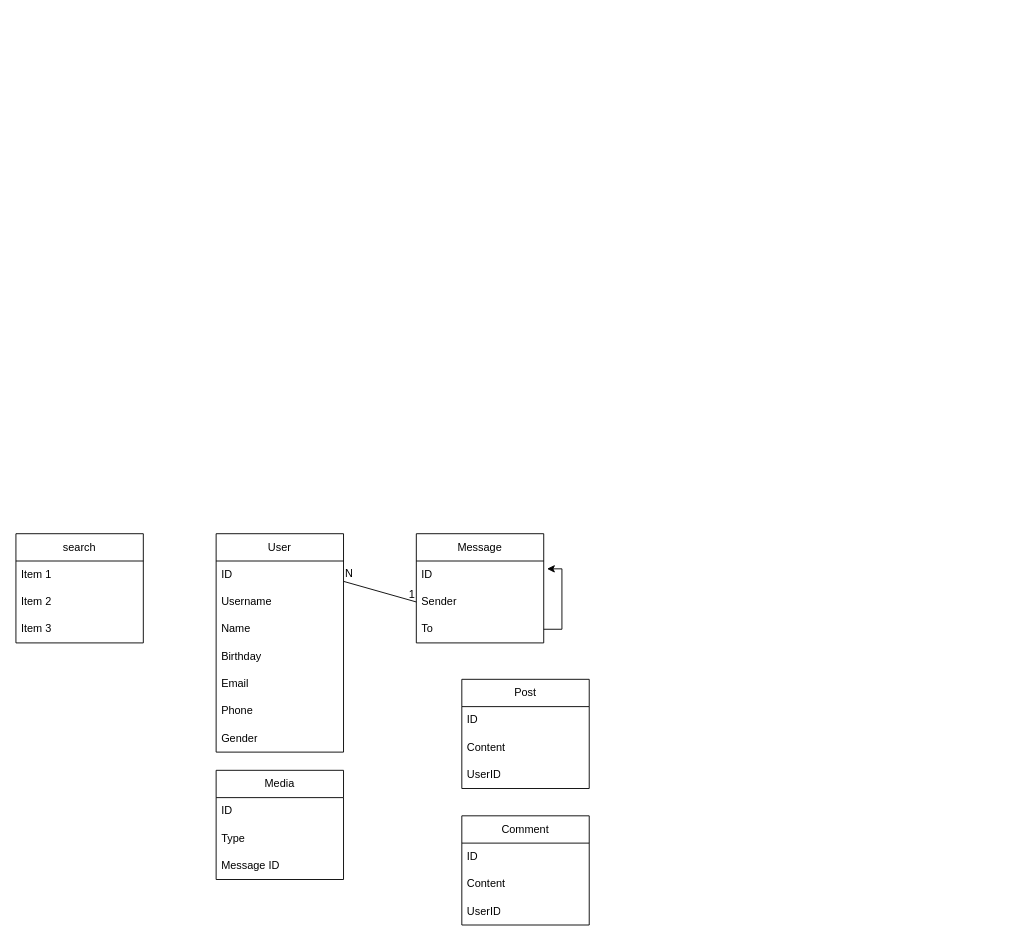
The draw.io diagram docs/diagram.drawio in anh0701/penguin, before the edit. Source tidied: cells renumbered, new cells numbered last; positions are measured from the earlier drawing's top-left corner, leaving out a move shared by most shapes. Both pictures are drawn from the tidied source at 91%, with x=0, y=0 at pixel (15, 533).
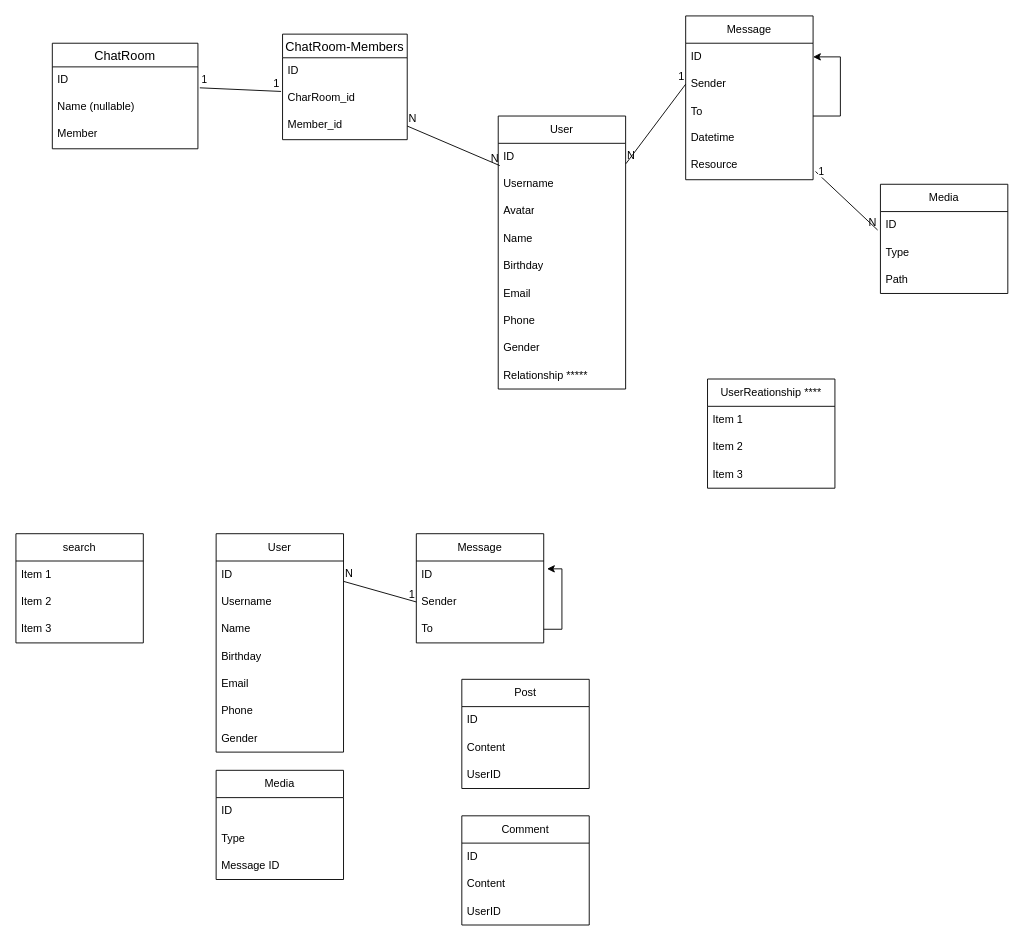
The same diagram, later.

Commit message (it also covers changes not shown here):
update docs: entity diagram

What changed in the source:
```diff
@@
+    <mxCell id="34" value="User" style="swimlane;fontStyle=0;horizontal=1;startSize=30;whiteSpace=wrap;html=1;" parent="1" vertex="1">
+      <mxGeometry x="530" y="-459" width="140" height="300" as="geometry" />
+    </mxCell>
+    <mxCell id="35" value="ID" style="text;strokeColor=none;fillColor=none;align=left;verticalAlign=middle;spacingLeft=4;spacingRight=4;overflow=hidden;points=[[0,0.5],[1,0.5]];portConstraint=eastwest;whiteSpace=wrap;html=1;" parent="34" vertex="1">
+      <mxGeometry y="30" width="140" height="30" as="geometry" />
+    </mxCell>
+    <mxCell id="36" value="Username" style="text;strokeColor=none;fillColor=none;align=left;verticalAlign=middle;spacingLeft=4;spacingRight=4;overflow=hidden;whiteSpace=wrap;html=1;" parent="34" vertex="1">
+      <mxGeometry y="60" width="140" height="30" as="geometry" />
+    </mxCell>
+    <mxCell id="37" value="Avatar" style="text;strokeColor=none;fillColor=none;spacingLeft=4;spacingRight=4;overflow=hidden;fontSize=12;whiteSpace=wrap;html=1;" parent="34" vertex="1">
+      <mxGeometry y="90" width="140" height="30" as="geometry" />
+    </mxCell>
+    <mxCell id="38" value="Name" style="text;strokeColor=none;fillColor=none;align=left;verticalAlign=middle;spacingLeft=4;spacingRight=4;overflow=hidden;whiteSpace=wrap;html=1;" parent="34" vertex="1">
+      <mxGeometry y="120" width="140" height="30" as="geometry" />
+    </mxCell>
+    <mxCell id="39" value="Birthday" style="text;strokeColor=none;fillColor=none;align=left;verticalAlign=middle;spacingLeft=4;spacingRight=4;overflow=hidden;whiteSpace=wrap;html=1;" parent="34" vertex="1">
+      <mxGeometry y="150" width="140" height="30" as="geometry" />
+    </mxCell>
+    <mxCell id="40" value="Email" style="text;strokeColor=none;fillColor=none;align=left;verticalAlign=middle;spacingLeft=4;spacingRight=4;overflow=hidden;whiteSpace=wrap;html=1;" parent="34" vertex="1">
+      <mxGeometry y="180" width="140" height="30" as="geometry" />
+    </mxCell>
+    <mxCell id="41" value="Phone" style="text;strokeColor=none;fillColor=none;align=left;verticalAlign=middle;spacingLeft=4;spacingRight=4;overflow=hidden;whiteSpace=wrap;html=1;" parent="34" vertex="1">
+      <mxGeometry y="210" width="140" height="30" as="geometry" />
+    </mxCell>
+    <mxCell id="42" value="Gender" style="text;strokeColor=none;fillColor=none;align=left;verticalAlign=middle;spacingLeft=4;spacingRight=4;overflow=hidden;whiteSpace=wrap;html=1;" parent="34" vertex="1">
+      <mxGeometry y="240" width="140" height="30" as="geometry" />
+    </mxCell>
+    <mxCell id="43" value="Relationship *****" style="text;strokeColor=none;fillColor=none;align=left;verticalAlign=middle;spacingLeft=4;spacingRight=4;overflow=hidden;whiteSpace=wrap;html=1;" parent="34" vertex="1">
+      <mxGeometry y="270" width="140" height="30" as="geometry" />
+    </mxCell>
+    <mxCell id="44" value="Message" style="swimlane;fontStyle=0;horizontal=1;startSize=30;whiteSpace=wrap;html=1;" parent="1" vertex="1">
+      <mxGeometry x="736" y="-569" width="140" height="180" as="geometry" />
+    </mxCell>
+    <mxCell id="45" value="ID" style="text;strokeColor=none;fillColor=none;align=left;verticalAlign=middle;spacingLeft=4;spacingRight=4;overflow=hidden;points=[[0,0.5],[1,0.5]];portConstraint=eastwest;whiteSpace=wrap;html=1;" parent="44" vertex="1">
+      <mxGeometry y="30" width="140" height="30" as="geometry" />
+    </mxCell>
+    <mxCell id="46" value="Sender" style="text;strokeColor=none;fillColor=none;align=left;verticalAlign=middle;spacingLeft=4;spacingRight=4;overflow=hidden;points=[[0,0.5],[1,0.5]];portConstraint=eastwest;whiteSpace=wrap;html=1;" parent="44" vertex="1">
+      <mxGeometry y="60" width="140" height="30" as="geometry" />
+    </mxCell>
+    <mxCell id="47" style="edgeStyle=orthogonalEdgeStyle;rounded=0;jettySize=auto;html=1;entryX=1;entryY=0.5;entryDx=0;entryDy=0;exitX=1;exitY=0.667;exitDx=0;exitDy=0;exitPerimeter=0;" parent="44" edge="1" source="48" target="45">
+      <mxGeometry relative="1" as="geometry">
+        <Array as="points">
+          <mxPoint x="170" y="110" />
+          <mxPoint x="170" y="45" />
+        </Array>
+      </mxGeometry>
+    </mxCell>
+    <mxCell id="48" value="To" style="text;strokeColor=none;fillColor=none;align=left;verticalAlign=middle;spacingLeft=4;spacingRight=4;overflow=hidden;points=[[0,0.5],[1,0.5]];portConstraint=eastwest;whiteSpace=wrap;html=1;" parent="44" vertex="1">
+      <mxGeometry y="90" width="140" height="30" as="geometry" />
+    </mxCell>
+    <mxCell id="49" value="Datetime&lt;br&gt;" style="text;strokeColor=none;fillColor=none;spacingLeft=4;spacingRight=4;overflow=hidden;fontSize=12;whiteSpace=wrap;html=1;" parent="44" vertex="1">
+      <mxGeometry y="120" width="140" height="30" as="geometry" />
+    </mxCell>
+    <mxCell id="50" value="Resource" style="text;strokeColor=none;fillColor=none;spacingLeft=4;spacingRight=4;overflow=hidden;points=[[0,0.5],[1,0.5]];portConstraint=eastwest;fontSize=12;whiteSpace=wrap;html=1;" parent="44" vertex="1">
+      <mxGeometry y="150" width="140" height="30" as="geometry" />
+    </mxCell>
+    <mxCell id="51" style="endArrow=none;html=1;rounded=0;exitX=1.002;exitY=0.748;exitDx=0;exitDy=0;exitPerimeter=0;entryX=0;entryY=0.5;entryDx=0;entryDy=0;" parent="1" edge="1" source="35" target="46">
+      <mxGeometry relative="1" as="geometry" />
+    </mxCell>
+    <mxCell id="52" value="N" style="html=1;whiteSpace=wrap;align=left;verticalAlign=bottom;" parent="51" vertex="1">
+      <mxGeometry x="-1" relative="1" as="geometry" />
+    </mxCell>
+    <mxCell id="53" value="1" style="html=1;whiteSpace=wrap;align=right;verticalAlign=bottom;" parent="51" vertex="1">
+      <mxGeometry x="1" relative="1" as="geometry" />
+    </mxCell>
+    <mxCell id="54" value="Media" style="swimlane;fontStyle=0;horizontal=1;startSize=30;whiteSpace=wrap;html=1;" parent="1" vertex="1">
+      <mxGeometry x="950" y="-384" width="140" height="120" as="geometry" />
+    </mxCell>
+    <mxCell id="55" value="ID" style="text;strokeColor=none;fillColor=none;align=left;verticalAlign=middle;spacingLeft=4;spacingRight=4;overflow=hidden;points=[[0,0.5],[1,0.5]];portConstraint=eastwest;whiteSpace=wrap;html=1;" parent="54" vertex="1">
+      <mxGeometry y="30" width="140" height="30" as="geometry" />
+    </mxCell>
+    <mxCell id="56" value="Type" style="text;strokeColor=none;fillColor=none;align=left;verticalAlign=middle;spacingLeft=4;spacingRight=4;overflow=hidden;whiteSpace=wrap;html=1;" parent="54" vertex="1">
+      <mxGeometry y="60" width="140" height="30" as="geometry" />
+    </mxCell>
+    <mxCell id="57" value="Path" style="text;strokeColor=none;fillColor=none;align=left;verticalAlign=middle;spacingLeft=4;spacingRight=4;overflow=hidden;whiteSpace=wrap;html=1;" parent="54" vertex="1">
+      <mxGeometry y="90" width="140" height="30" as="geometry" />
+    </mxCell>
+    <mxCell id="58" style="endArrow=none;html=1;rounded=0;entryX=-0.022;entryY=0.676;entryDx=0;entryDy=0;entryPerimeter=0;exitX=1.019;exitY=0.699;exitDx=0;exitDy=0;exitPerimeter=0;" parent="1" edge="1" source="50" target="55">
+      <mxGeometry relative="1" as="geometry" />
+    </mxCell>
+    <mxCell id="59" value="N" style="html=1;whiteSpace=wrap;align=right;verticalAlign=bottom;" parent="58" vertex="1">
+      <mxGeometry x="1" relative="1" as="geometry" />
+    </mxCell>
+    <mxCell id="60" value="1" style="edgeLabel;html=1;align=center;verticalAlign=middle;" parent="58" vertex="1">
+      <mxGeometry x="-0.77" relative="1" as="geometry">
+        <mxPoint x="-2" y="-8" as="offset" />
+      </mxGeometry>
+    </mxCell>
+    <mxCell id="61" value="ChatRoom" style="swimlane;fontStyle=0;horizontal=1;startSize=26;align=center;fontSize=14;" parent="1" vertex="1">
+      <mxGeometry x="40" y="-539" width="160" height="116" as="geometry" />
+    </mxCell>
+    <mxCell id="62" value="ID" style="text;strokeColor=none;fillColor=none;spacingLeft=4;spacingRight=4;overflow=hidden;points=[[0,0.5],[1,0.5]];portConstraint=eastwest;fontSize=12;whiteSpace=wrap;html=1;" parent="61" vertex="1">
+      <mxGeometry y="26" width="160" height="30" as="geometry" />
+    </mxCell>
+    <mxCell id="63" value="Name (nullable)" style="text;strokeColor=none;fillColor=none;spacingLeft=4;spacingRight=4;overflow=hidden;fontSize=12;whiteSpace=wrap;html=1;" parent="61" vertex="1">
+      <mxGeometry y="56" width="160" height="30" as="geometry" />
+    </mxCell>
+    <mxCell id="64" value="Member" style="text;strokeColor=none;fillColor=none;spacingLeft=4;spacingRight=4;overflow=hidden;fontSize=12;whiteSpace=wrap;html=1;" parent="61" vertex="1">
+      <mxGeometry y="86" width="160" height="30" as="geometry" />
+    </mxCell>
+    <mxCell id="65" value="ChatRoom-Members" style="swimlane;fontStyle=0;horizontal=1;startSize=26;align=center;fontSize=14;" parent="1" vertex="1">
+      <mxGeometry x="293" y="-549" width="137" height="116" as="geometry" />
+    </mxCell>
+    <mxCell id="66" value="ID" style="text;strokeColor=none;fillColor=none;spacingLeft=4;spacingRight=4;overflow=hidden;fontSize=12;whiteSpace=wrap;html=1;" parent="65" vertex="1">
+      <mxGeometry y="26" width="137" height="30" as="geometry" />
+    </mxCell>
+    <mxCell id="67" value="CharRoom_id" style="text;strokeColor=none;fillColor=none;spacingLeft=4;spacingRight=4;overflow=hidden;points=[[0,0.5],[1,0.5]];portConstraint=eastwest;fontSize=12;whiteSpace=wrap;html=1;" parent="65" vertex="1">
+      <mxGeometry y="56" width="137" height="30" as="geometry" />
+    </mxCell>
+    <mxCell id="68" value="Member_id" style="text;strokeColor=none;fillColor=none;spacingLeft=4;spacingRight=4;overflow=hidden;points=[[0,0.5],[1,0.5]];portConstraint=eastwest;fontSize=12;whiteSpace=wrap;html=1;" parent="65" vertex="1">
+      <mxGeometry y="86" width="137" height="30" as="geometry" />
+    </mxCell>
+    <mxCell id="69" style="endArrow=none;html=1;rounded=0;exitX=1.013;exitY=0.767;exitDx=0;exitDy=0;exitPerimeter=0;entryX=-0.012;entryY=0.233;entryDx=0;entryDy=0;entryPerimeter=0;" parent="1" edge="1" source="62" target="67">
+      <mxGeometry relative="1" as="geometry" />
+    </mxCell>
+    <mxCell id="70" value="1" style="html=1;whiteSpace=wrap;align=right;verticalAlign=bottom;" parent="69" vertex="1">
+      <mxGeometry x="1" relative="1" as="geometry" />
+    </mxCell>
+    <mxCell id="71" value="1" style="edgeLabel;html=1;align=center;verticalAlign=middle;" parent="69" vertex="1">
+      <mxGeometry x="-0.69" y="3" relative="1" as="geometry">
+        <mxPoint x="-10" y="-7" as="offset" />
+      </mxGeometry>
+    </mxCell>
+    <mxCell id="72" style="endArrow=none;html=1;rounded=0;entryX=0.012;entryY=0.816;entryDx=0;entryDy=0;entryPerimeter=0;exitX=1;exitY=0.5;exitDx=0;exitDy=0;" parent="1" edge="1" source="68" target="35">
+      <mxGeometry relative="1" as="geometry" />
+    </mxCell>
+    <mxCell id="73" value="N" style="html=1;whiteSpace=wrap;align=left;verticalAlign=bottom;" parent="72" vertex="1">
+      <mxGeometry x="-1" relative="1" as="geometry" />
+    </mxCell>
+    <mxCell id="74" value="N" style="html=1;whiteSpace=wrap;align=right;verticalAlign=bottom;" parent="72" vertex="1">
+      <mxGeometry x="1" relative="1" as="geometry" />
+    </mxCell>
+    <mxCell id="75" value="UserReationship ****" style="swimlane;fontStyle=0;horizontal=1;startSize=30;whiteSpace=wrap;html=1;" parent="1" vertex="1">
+      <mxGeometry x="760" y="-170" width="140" height="120" as="geometry" />
+    </mxCell>
+    <mxCell id="76" value="Item 1" style="text;strokeColor=none;fillColor=none;align=left;verticalAlign=middle;spacingLeft=4;spacingRight=4;overflow=hidden;whiteSpace=wrap;html=1;" parent="75" vertex="1">
+      <mxGeometry y="30" width="140" height="30" as="geometry" />
+    </mxCell>
+    <mxCell id="77" value="Item 2" style="text;strokeColor=none;fillColor=none;align=left;verticalAlign=middle;spacingLeft=4;spacingRight=4;overflow=hidden;whiteSpace=wrap;html=1;" parent="75" vertex="1">
+      <mxGeometry y="60" width="140" height="30" as="geometry" />
+    </mxCell>
+    <mxCell id="78" value="Item 3" style="text;strokeColor=none;fillColor=none;align=left;verticalAlign=middle;spacingLeft=4;spacingRight=4;overflow=hidden;whiteSpace=wrap;html=1;" parent="75" vertex="1">
+      <mxGeometry y="90" width="140" height="30" as="geometry" />
+    </mxCell>
```
